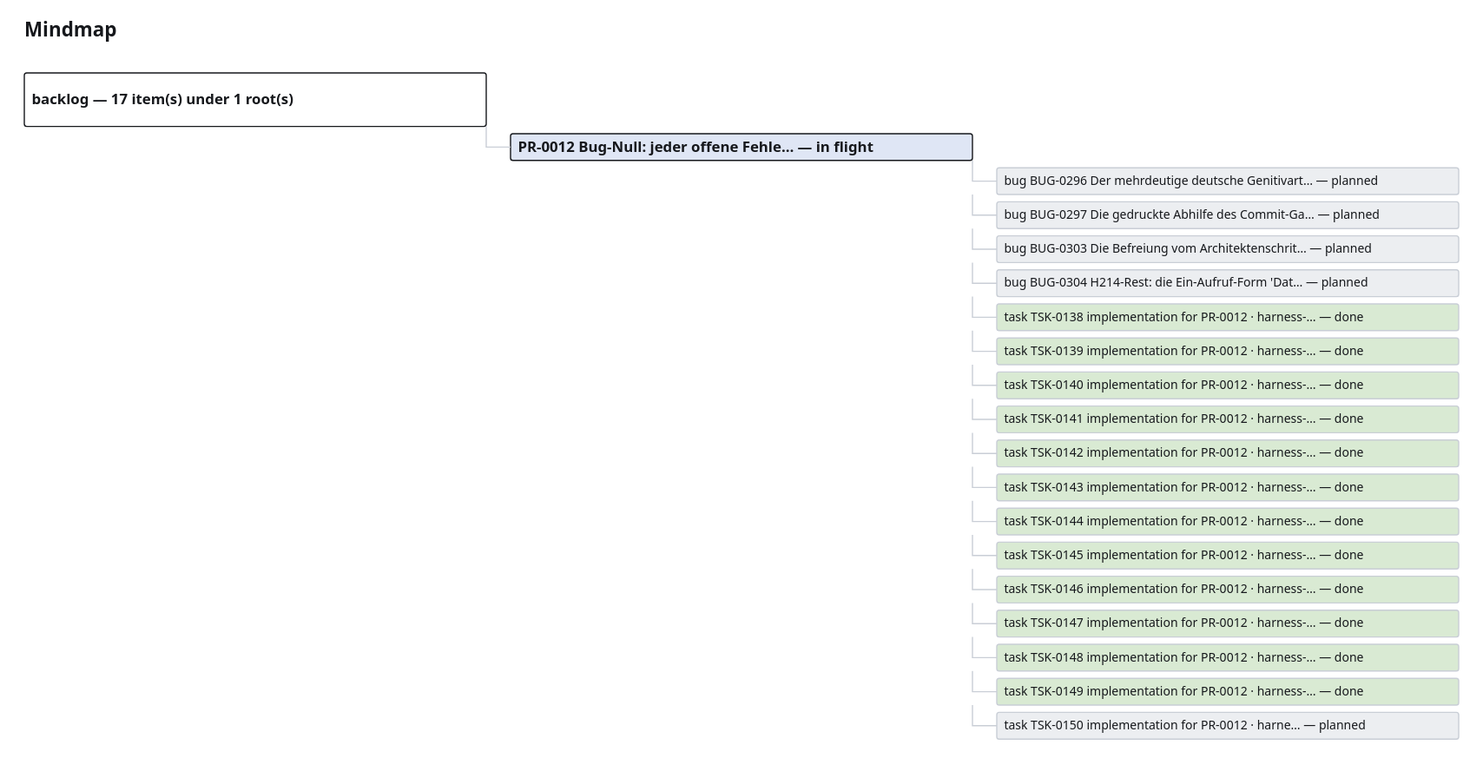
Before: project_memory/generated/mindmap.drawio.svg, a diagram exported from draw.io (GiaZenX/harness). Source tidied: cells renumbered, new cells last; positions are measured from the earlier drawing's top-left corner, leaving out a move shared by most shapes.
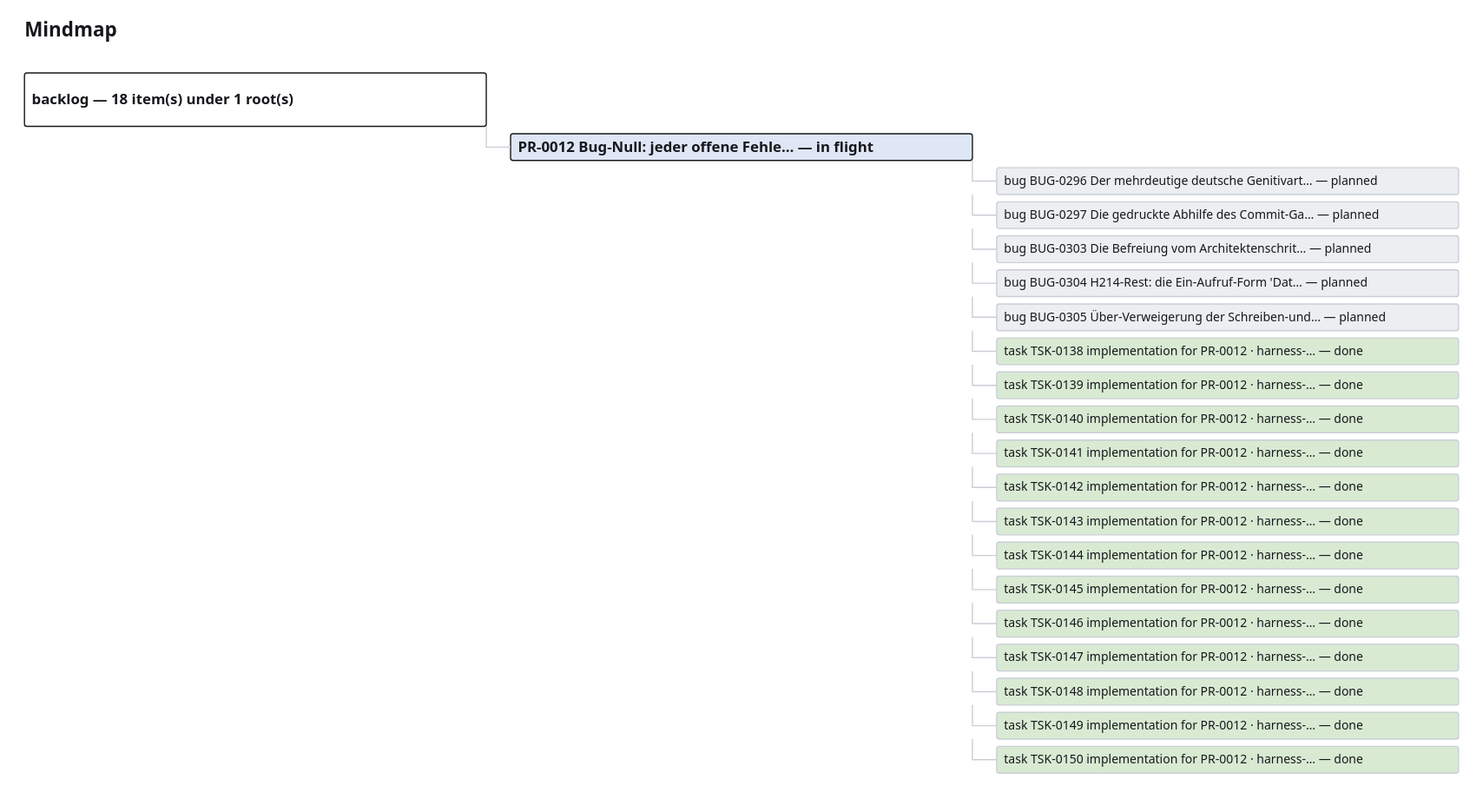
After the change.

Change to the diagram source:
```diff
@@ -5,7 +5,7 @@
     <mxCell id="2" value="Mindmap" style="text;html=1;fontSize=16;fontStyle=1;" parent="1" vertex="1">
       <mxGeometry width="300" height="20" as="geometry" />
     </mxCell>
-    <mxCell id="3" value="backlog — 17 item(s) under 1 root(s)" style="rounded=1;whiteSpace=wrap;html=1;fillColor=#ffffff;strokeColor=#16181c;fontSize=12;fontStyle=1;" parent="1" vertex="1">
+    <mxCell id="3" value="backlog — 18 item(s) under 1 root(s)" style="rounded=1;whiteSpace=wrap;html=1;fillColor=#ffffff;strokeColor=#16181c;fontSize=12;fontStyle=1;" parent="1" vertex="1">
       <mxGeometry y="44" width="380" height="44" as="geometry" />
     </mxCell>
     <mxCell id="4" value="PR-0012 Bug-Null: jeder offene Fehle… — in flight" style="rounded=1;whiteSpace=wrap;html=1;fillColor=#dfe6f5;strokeColor=#16181c;fontSize=12;fontStyle=1;" parent="1" vertex="1">
@@ -38,83 +38,89 @@
     <mxCell id="13" style="edgeStyle=orthogonalEdgeStyle;endArrow=none;strokeColor=#c9ced6;" parent="1" edge="1" source="4" target="12">
       <mxGeometry relative="1" as="geometry" />
     </mxCell>
-    <mxCell id="14" value="task TSK-0138 implementation for PR-0012 · harness-… — done" style="rounded=1;whiteSpace=wrap;html=1;fillColor=#d9ead3;strokeColor=#c9ced6;fontSize=10;" parent="1" vertex="1">
+    <mxCell id="14" value="bug BUG-0305 Über-Verweigerung der Schreiben-und… — planned" style="rounded=1;whiteSpace=wrap;html=1;fillColor=#eceef1;strokeColor=#c9ced6;fontSize=10;" parent="1" vertex="1">
       <mxGeometry x="800" y="234" width="380" height="22" as="geometry" />
     </mxCell>
     <mxCell id="15" style="edgeStyle=orthogonalEdgeStyle;endArrow=none;strokeColor=#c9ced6;" parent="1" edge="1" source="4" target="14">
       <mxGeometry relative="1" as="geometry" />
     </mxCell>
-    <mxCell id="16" value="task TSK-0139 implementation for PR-0012 · harness-… — done" style="rounded=1;whiteSpace=wrap;html=1;fillColor=#d9ead3;strokeColor=#c9ced6;fontSize=10;" parent="1" vertex="1">
+    <mxCell id="16" value="task TSK-0138 implementation for PR-0012 · harness-… — done" style="rounded=1;whiteSpace=wrap;html=1;fillColor=#d9ead3;strokeColor=#c9ced6;fontSize=10;" parent="1" vertex="1">
       <mxGeometry x="800" y="262" width="380" height="22" as="geometry" />
     </mxCell>
     <mxCell id="17" style="edgeStyle=orthogonalEdgeStyle;endArrow=none;strokeColor=#c9ced6;" parent="1" edge="1" source="4" target="16">
       <mxGeometry relative="1" as="geometry" />
     </mxCell>
-    <mxCell id="18" value="task TSK-0140 implementation for PR-0012 · harness-… — done" style="rounded=1;whiteSpace=wrap;html=1;fillColor=#d9ead3;strokeColor=#c9ced6;fontSize=10;" parent="1" vertex="1">
+    <mxCell id="18" value="task TSK-0139 implementation for PR-0012 · harness-… — done" style="rounded=1;whiteSpace=wrap;html=1;fillColor=#d9ead3;strokeColor=#c9ced6;fontSize=10;" parent="1" vertex="1">
       <mxGeometry x="800" y="290" width="380" height="22" as="geometry" />
     </mxCell>
     <mxCell id="19" style="edgeStyle=orthogonalEdgeStyle;endArrow=none;strokeColor=#c9ced6;" parent="1" edge="1" source="4" target="18">
       <mxGeometry relative="1" as="geometry" />
     </mxCell>
-    <mxCell id="20" value="task TSK-0141 implementation for PR-0012 · harness-… — done" style="rounded=1;whiteSpace=wrap;html=1;fillColor=#d9ead3;strokeColor=#c9ced6;fontSize=10;" parent="1" vertex="1">
+    <mxCell id="20" value="task TSK-0140 implementation for PR-0012 · harness-… — done" style="rounded=1;whiteSpace=wrap;html=1;fillColor=#d9ead3;strokeColor=#c9ced6;fontSize=10;" parent="1" vertex="1">
       <mxGeometry x="800" y="318" width="380" height="22" as="geometry" />
     </mxCell>
     <mxCell id="21" style="edgeStyle=orthogonalEdgeStyle;endArrow=none;strokeColor=#c9ced6;" parent="1" edge="1" source="4" target="20">
       <mxGeometry relative="1" as="geometry" />
     </mxCell>
-    <mxCell id="22" value="task TSK-0142 implementation for PR-0012 · harness-… — done" style="rounded=1;whiteSpace=wrap;html=1;fillColor=#d9ead3;strokeColor=#c9ced6;fontSize=10;" parent="1" vertex="1">
+    <mxCell id="22" value="task TSK-0141 implementation for PR-0012 · harness-… — done" style="rounded=1;whiteSpace=wrap;html=1;fillColor=#d9ead3;strokeColor=#c9ced6;fontSize=10;" parent="1" vertex="1">
       <mxGeometry x="800" y="346" width="380" height="22" as="geometry" />
     </mxCell>
     <mxCell id="23" style="edgeStyle=orthogonalEdgeStyle;endArrow=none;strokeColor=#c9ced6;" parent="1" edge="1" source="4" target="22">
       <mxGeometry relative="1" as="geometry" />
     </mxCell>
-    <mxCell id="24" value="task TSK-0143 implementation for PR-0012 · harness-… — done" style="rounded=1;whiteSpace=wrap;html=1;fillColor=#d9ead3;strokeColor=#c9ced6;fontSize=10;" parent="1" vertex="1">
+    <mxCell id="24" value="task TSK-0142 implementation for PR-0012 · harness-… — done" style="rounded=1;whiteSpace=wrap;html=1;fillColor=#d9ead3;strokeColor=#c9ced6;fontSize=10;" parent="1" vertex="1">
       <mxGeometry x="800" y="374" width="380" height="22" as="geometry" />
     </mxCell>
     <mxCell id="25" style="edgeStyle=orthogonalEdgeStyle;endArrow=none;strokeColor=#c9ced6;" parent="1" edge="1" source="4" target="24">
       <mxGeometry relative="1" as="geometry" />
     </mxCell>
-    <mxCell id="26" value="task TSK-0144 implementation for PR-0012 · harness-… — done" style="rounded=1;whiteSpace=wrap;html=1;fillColor=#d9ead3;strokeColor=#c9ced6;fontSize=10;" parent="1" vertex="1">
+    <mxCell id="26" value="task TSK-0143 implementation for PR-0012 · harness-… — done" style="rounded=1;whiteSpace=wrap;html=1;fillColor=#d9ead3;strokeColor=#c9ced6;fontSize=10;" parent="1" vertex="1">
       <mxGeometry x="800" y="402" width="380" height="22" as="geometry" />
     </mxCell>
     <mxCell id="27" style="edgeStyle=orthogonalEdgeStyle;endArrow=none;strokeColor=#c9ced6;" parent="1" edge="1" source="4" target="26">
       <mxGeometry relative="1" as="geometry" />
     </mxCell>
-    <mxCell id="28" value="task TSK-0145 implementation for PR-0012 · harness-… — done" style="rounded=1;whiteSpace=wrap;html=1;fillColor=#d9ead3;strokeColor=#c9ced6;fontSize=10;" parent="1" vertex="1">
+    <mxCell id="28" value="task TSK-0144 implementation for PR-0012 · harness-… — done" style="rounded=1;whiteSpace=wrap;html=1;fillColor=#d9ead3;strokeColor=#c9ced6;fontSize=10;" parent="1" vertex="1">
       <mxGeometry x="800" y="430" width="380" height="22" as="geometry" />
     </mxCell>
     <mxCell id="29" style="edgeStyle=orthogonalEdgeStyle;endArrow=none;strokeColor=#c9ced6;" parent="1" edge="1" source="4" target="28">
       <mxGeometry relative="1" as="geometry" />
     </mxCell>
-    <mxCell id="30" value="task TSK-0146 implementation for PR-0012 · harness-… — done" style="rounded=1;whiteSpace=wrap;html=1;fillColor=#d9ead3;strokeColor=#c9ced6;fontSize=10;" parent="1" vertex="1">
+    <mxCell id="30" value="task TSK-0145 implementation for PR-0012 · harness-… — done" style="rounded=1;whiteSpace=wrap;html=1;fillColor=#d9ead3;strokeColor=#c9ced6;fontSize=10;" parent="1" vertex="1">
       <mxGeometry x="800" y="458" width="380" height="22" as="geometry" />
     </mxCell>
     <mxCell id="31" style="edgeStyle=orthogonalEdgeStyle;endArrow=none;strokeColor=#c9ced6;" parent="1" edge="1" source="4" target="30">
       <mxGeometry relative="1" as="geometry" />
     </mxCell>
-    <mxCell id="32" value="task TSK-0147 implementation for PR-0012 · harness-… — done" style="rounded=1;whiteSpace=wrap;html=1;fillColor=#d9ead3;strokeColor=#c9ced6;fontSize=10;" parent="1" vertex="1">
+    <mxCell id="32" value="task TSK-0146 implementation for PR-0012 · harness-… — done" style="rounded=1;whiteSpace=wrap;html=1;fillColor=#d9ead3;strokeColor=#c9ced6;fontSize=10;" parent="1" vertex="1">
       <mxGeometry x="800" y="486" width="380" height="22" as="geometry" />
     </mxCell>
     <mxCell id="33" style="edgeStyle=orthogonalEdgeStyle;endArrow=none;strokeColor=#c9ced6;" parent="1" edge="1" source="4" target="32">
       <mxGeometry relative="1" as="geometry" />
     </mxCell>
-    <mxCell id="34" value="task TSK-0148 implementation for PR-0012 · harness-… — done" style="rounded=1;whiteSpace=wrap;html=1;fillColor=#d9ead3;strokeColor=#c9ced6;fontSize=10;" parent="1" vertex="1">
+    <mxCell id="34" value="task TSK-0147 implementation for PR-0012 · harness-… — done" style="rounded=1;whiteSpace=wrap;html=1;fillColor=#d9ead3;strokeColor=#c9ced6;fontSize=10;" parent="1" vertex="1">
       <mxGeometry x="800" y="514" width="380" height="22" as="geometry" />
     </mxCell>
     <mxCell id="35" style="edgeStyle=orthogonalEdgeStyle;endArrow=none;strokeColor=#c9ced6;" parent="1" edge="1" source="4" target="34">
       <mxGeometry relative="1" as="geometry" />
     </mxCell>
-    <mxCell id="36" value="task TSK-0149 implementation for PR-0012 · harness-… — done" style="rounded=1;whiteSpace=wrap;html=1;fillColor=#d9ead3;strokeColor=#c9ced6;fontSize=10;" parent="1" vertex="1">
+    <mxCell id="36" value="task TSK-0148 implementation for PR-0012 · harness-… — done" style="rounded=1;whiteSpace=wrap;html=1;fillColor=#d9ead3;strokeColor=#c9ced6;fontSize=10;" parent="1" vertex="1">
       <mxGeometry x="800" y="542" width="380" height="22" as="geometry" />
     </mxCell>
     <mxCell id="37" style="edgeStyle=orthogonalEdgeStyle;endArrow=none;strokeColor=#c9ced6;" parent="1" edge="1" source="4" target="36">
       <mxGeometry relative="1" as="geometry" />
     </mxCell>
-    <mxCell id="38" value="task TSK-0150 implementation for PR-0012 · harne… — planned" style="rounded=1;whiteSpace=wrap;html=1;fillColor=#eceef1;strokeColor=#c9ced6;fontSize=10;" parent="1" vertex="1">
+    <mxCell id="38" value="task TSK-0149 implementation for PR-0012 · harness-… — done" style="rounded=1;whiteSpace=wrap;html=1;fillColor=#d9ead3;strokeColor=#c9ced6;fontSize=10;" parent="1" vertex="1">
       <mxGeometry x="800" y="570" width="380" height="22" as="geometry" />
     </mxCell>
     <mxCell id="39" style="edgeStyle=orthogonalEdgeStyle;endArrow=none;strokeColor=#c9ced6;" parent="1" edge="1" source="4" target="38">
       <mxGeometry relative="1" as="geometry" />
     </mxCell>
+    <mxCell id="40" value="task TSK-0150 implementation for PR-0012 · harness-… — done" style="rounded=1;whiteSpace=wrap;html=1;fillColor=#d9ead3;strokeColor=#c9ced6;fontSize=10;" parent="1" vertex="1">
+      <mxGeometry x="800" y="598" width="380" height="22" as="geometry" />
+    </mxCell>
+    <mxCell id="41" style="edgeStyle=orthogonalEdgeStyle;endArrow=none;strokeColor=#c9ced6;" parent="1" edge="1" source="4" target="40">
+      <mxGeometry relative="1" as="geometry" />
+    </mxCell>
   </root>
 </mxGraphModel>
```
